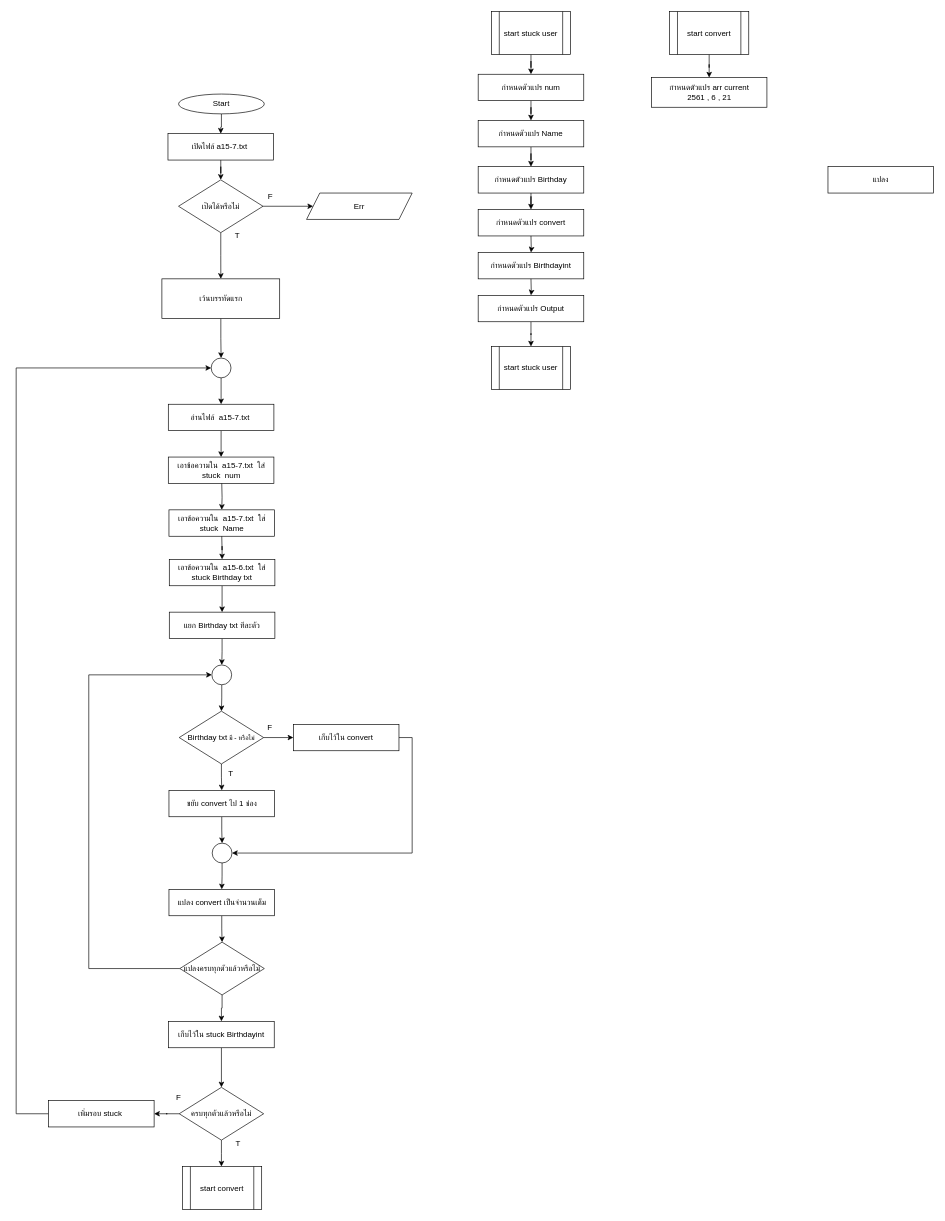
aphiwat-window/ENGCE117 keeps this draw.io diagram as HW/HW15/hw15-7/hw15-7.drawio. Above is the earlier version. Source tidied: cells renumbered, new cells numbered last; positions are measured from the earlier drawing's top-left corner, leaving out a move shared by most shapes. Both pictures are drawn from the tidied source at 66%, with x=0, y=0 at pixel (16, 11).
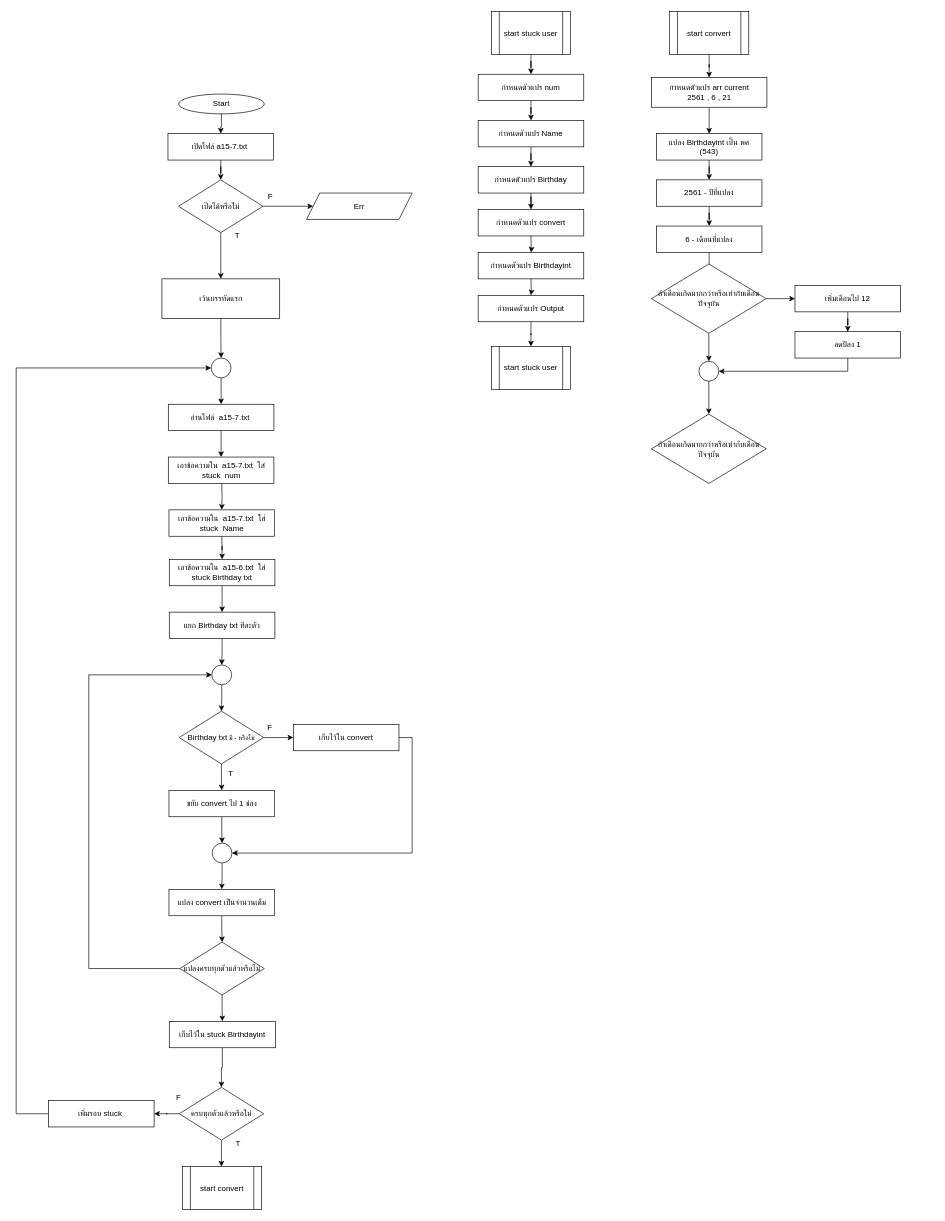
The same page after the edit.

Unchanged cells that the change refers to:
```xml
<mxCell id="72" value="กำหนดตัวแปร arr&amp;nbsp;current&lt;div&gt;2561 , 6 , 21&lt;/div&gt;" style="rounded=0;whiteSpace=wrap;html=1;" parent="1" vertex="1">
  <mxGeometry x="962.5" y="100" width="175" height="45" as="geometry" />
</mxCell>
```

What changed in the source:
```diff
@@
     <mxCell id="60" value="เก็บไว้ใน stuck Birthdayint" style="rounded=0;whiteSpace=wrap;html=1;" parent="1" vertex="1">
-      <mxGeometry x="231" y="1530" width="160" height="40" as="geometry" />
+      <mxGeometry x="232" y="1530" width="160.8" height="40" as="geometry" />
     </mxCell>
@@
+    <mxCell id="73" style="edgeStyle=orthogonalEdgeStyle;rounded=0;jettySize=auto;html=1;" parent="1" edge="1" source="71" target="76">
+      <mxGeometry relative="1" as="geometry" />
+    </mxCell>
-    <mxCell id="71" value="แปลง" style="rounded=0;whiteSpace=wrap;html=1;" parent="1" vertex="1">
-      <mxGeometry x="1230" y="235" width="160" height="40" as="geometry" />
+    <mxCell id="71" value="แปลง Birthdayint เป็น พศ&lt;div&gt;(543)&lt;/div&gt;" style="rounded=0;whiteSpace=wrap;html=1;" parent="1" vertex="1">
+      <mxGeometry x="970" y="185" width="160" height="40" as="geometry" />
     </mxCell>
+    <mxCell id="74" style="edgeStyle=orthogonalEdgeStyle;rounded=0;jettySize=auto;html=1;" parent="1" edge="1" source="72" target="71">
+      <mxGeometry relative="1" as="geometry" />
+    </mxCell>
@@
+    <mxCell id="75" style="edgeStyle=orthogonalEdgeStyle;rounded=0;jettySize=auto;html=1;" parent="1" edge="1" source="76" target="78">
+      <mxGeometry relative="1" as="geometry" />
+    </mxCell>
+    <mxCell id="76" value="2561 - ปีที่แปลง" style="rounded=0;whiteSpace=wrap;html=1;" parent="1" vertex="1">
+      <mxGeometry x="970" y="255" width="160" height="40" as="geometry" />
+    </mxCell>
+    <mxCell id="77" style="edgeStyle=orthogonalEdgeStyle;rounded=0;jettySize=auto;html=1;" parent="1" edge="1" source="78" target="81">
+      <mxGeometry relative="1" as="geometry" />
+    </mxCell>
+    <mxCell id="78" value="6 - เดือนที่แปลง" style="rounded=0;whiteSpace=wrap;html=1;" parent="1" vertex="1">
+      <mxGeometry x="970" y="325" width="160" height="40" as="geometry" />
+    </mxCell>
+    <mxCell id="79" style="edgeStyle=orthogonalEdgeStyle;rounded=0;jettySize=auto;html=1;" parent="1" edge="1" source="81" target="83">
+      <mxGeometry relative="1" as="geometry" />
+    </mxCell>
+    <mxCell id="80" style="edgeStyle=orthogonalEdgeStyle;rounded=0;jettySize=auto;html=1;" parent="1" edge="1" source="81" target="88">
+      <mxGeometry relative="1" as="geometry" />
+    </mxCell>
+    <mxCell id="81" value="ถ้าเดือนเกิดมากกว่าหรือเท่ากับเดือนปัจจุบัน" style="rhombus;whiteSpace=wrap;html=1;" parent="1" vertex="1">
+      <mxGeometry x="962.5" y="382.5" width="174" height="105" as="geometry" />
+    </mxCell>
+    <mxCell id="82" style="edgeStyle=orthogonalEdgeStyle;rounded=0;jettySize=auto;html=1;" parent="1" edge="1" source="83" target="85">
+      <mxGeometry relative="1" as="geometry" />
+    </mxCell>
+    <mxCell id="83" value="เพิ่มเดือนไป 12" style="rounded=0;whiteSpace=wrap;html=1;" parent="1" vertex="1">
+      <mxGeometry x="1180" y="415" width="160" height="40" as="geometry" />
+    </mxCell>
+    <mxCell id="84" style="edgeStyle=orthogonalEdgeStyle;rounded=0;jettySize=auto;html=1;entryX=1;entryY=0.5;entryDx=0;entryDy=0;" parent="1" edge="1" source="85" target="88">
+      <mxGeometry relative="1" as="geometry">
+        <Array as="points">
+          <mxPoint x="1260" y="545" />
+        </Array>
+      </mxGeometry>
+    </mxCell>
+    <mxCell id="85" value="ลดปีลง 1" style="rounded=0;whiteSpace=wrap;html=1;" parent="1" vertex="1">
+      <mxGeometry x="1180" y="485" width="160" height="40" as="geometry" />
+    </mxCell>
+    <mxCell id="86" value="ถ้าเดือนเกิดมากกว่าหรือเท่ากับเดือนปัจจุบัน" style="rhombus;whiteSpace=wrap;html=1;" parent="1" vertex="1">
+      <mxGeometry x="962.5" y="610" width="174" height="105" as="geometry" />
+    </mxCell>
+    <mxCell id="87" style="edgeStyle=orthogonalEdgeStyle;rounded=0;jettySize=auto;html=1;" parent="1" edge="1" source="88" target="86">
+      <mxGeometry relative="1" as="geometry" />
+    </mxCell>
+    <mxCell id="88" style="ellipse;whiteSpace=wrap;html=1;" parent="1" vertex="1">
+      <mxGeometry x="1034.5" y="530" width="30" height="30" as="geometry" />
+    </mxCell>
```
